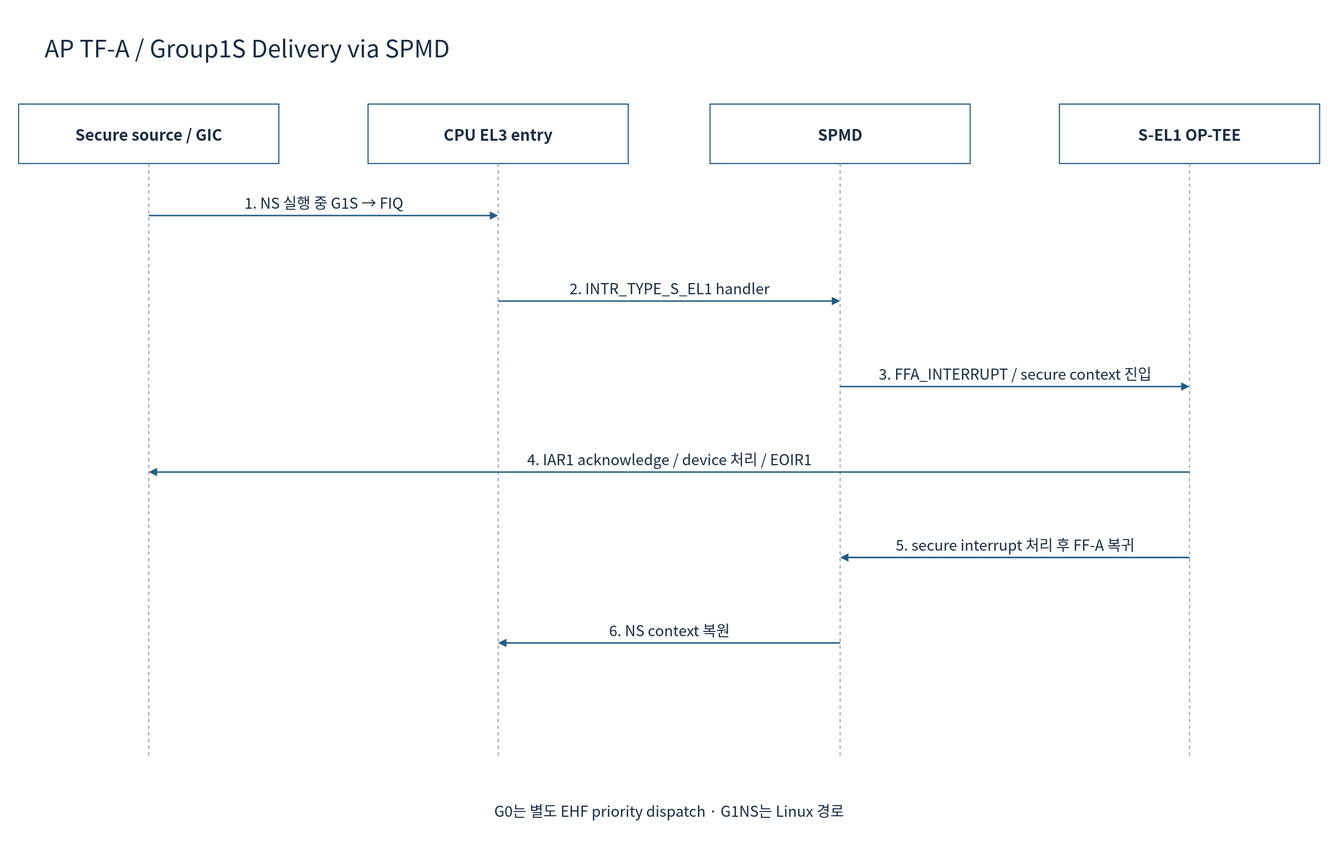
Earlier version of the draw.io export doc/phase1/interrupt/diagrams/09b-tfa-sequence.drawio.svg (cometzero/project-apollo). Source tidied: cells renumbered, new cells last; positions are measured from the earlier drawing's top-left corner, leaving out a move shared by most shapes.
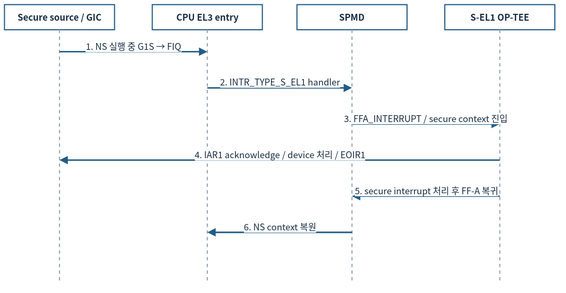
After the change.

Diff of the diagram source:
```diff
@@ -2,92 +2,83 @@
   <root>
     <mxCell id="0" />
     <mxCell id="1" parent="0" />
-    <mxCell id="2" style="rounded=0;whiteSpace=wrap;html=1;fillColor=#FFFFFF;strokeColor=none;strokeWidth=1.5;fontColor=#172C43;fontFamily=Noto Sans CJK KR;fontSize=22;spacing=10;" parent="1" vertex="1">
-      <mxGeometry width="1800" height="1160" as="geometry" />
-    </mxCell>
-    <mxCell id="3" value="AP TF-A / Group1S Delivery via SPMD" style="rounded=0;whiteSpace=wrap;html=1;fillColor=#FFFFFF;strokeColor=none;strokeWidth=1.5;fontColor=#172C43;fontFamily=Noto Sans CJK KR;fontSize=22;spacing=10;fontSize=32;align=left;" parent="1" vertex="1">
-      <mxGeometry x="50" y="30" width="1700" height="65" as="geometry" />
-    </mxCell>
-    <mxCell id="4" value="Secure source / GIC" style="rounded=0;whiteSpace=wrap;html=1;fillColor=#FFFFFF;strokeColor=#235D86;strokeWidth=1.5;fontColor=#172C43;fontFamily=Noto Sans CJK KR;fontSize=22;spacing=10;fontStyle=1;fontSize=21;" parent="1" vertex="1">
-      <mxGeometry x="25" y="140" width="350" height="80" as="geometry" />
+    <mxCell id="4" value="Secure source / GIC" style="rounded=0;whiteSpace=wrap;html=1;fillColor=#FFFFFF;strokeColor=#235D86;strokeWidth=1.5;fontColor=#172C43;fontFamily=Noto Sans CJK KR;fontStyle=1;fontSize=12;spacing=3;whiteSpace=wrap;" parent="1" vertex="1">
+      <mxGeometry x="12" y="12" width="148" height="33.8" as="geometry" />
     </mxCell>
-    <mxCell id="5" style="endArrow=none;dashed=1;strokeColor=#94A3B8;strokeWidth=1.5;" parent="1" edge="1">
+    <mxCell id="5" style="endArrow=none;dashed=1;strokeColor=#94A3B8;strokeWidth=1.5;fontSize=12;spacing=3;whiteSpace=nowrap;" parent="1" edge="1">
       <mxGeometry relative="1" as="geometry">
-        <mxPoint x="200" y="220" as="sourcePoint" />
-        <mxPoint x="200" y="1020" as="targetPoint" />
+        <mxPoint x="86" y="45.8" as="sourcePoint" />
+        <mxPoint x="86" y="384.1" as="targetPoint" />
       </mxGeometry>
     </mxCell>
-    <mxCell id="6" value="CPU EL3 entry" style="rounded=0;whiteSpace=wrap;html=1;fillColor=#FFFFFF;strokeColor=#235D86;strokeWidth=1.5;fontColor=#172C43;fontFamily=Noto Sans CJK KR;fontSize=22;spacing=10;fontStyle=1;fontSize=21;" parent="1" vertex="1">
-      <mxGeometry x="495" y="140" width="350" height="80" as="geometry" />
+    <mxCell id="6" value="CPU EL3 entry" style="rounded=0;whiteSpace=wrap;html=1;fillColor=#FFFFFF;strokeColor=#235D86;strokeWidth=1.5;fontColor=#172C43;fontFamily=Noto Sans CJK KR;fontStyle=1;fontSize=12;spacing=3;whiteSpace=wrap;" parent="1" vertex="1">
+      <mxGeometry x="210.7" y="12" width="148" height="33.8" as="geometry" />
     </mxCell>
-    <mxCell id="7" style="endArrow=none;dashed=1;strokeColor=#94A3B8;strokeWidth=1.5;" parent="1" edge="1">
+    <mxCell id="7" style="endArrow=none;dashed=1;strokeColor=#94A3B8;strokeWidth=1.5;fontSize=12;spacing=3;whiteSpace=nowrap;" parent="1" edge="1">
       <mxGeometry relative="1" as="geometry">
-        <mxPoint x="670" y="220" as="sourcePoint" />
-        <mxPoint x="670" y="1020" as="targetPoint" />
+        <mxPoint x="284.7" y="45.8" as="sourcePoint" />
+        <mxPoint x="284.7" y="384.1" as="targetPoint" />
       </mxGeometry>
     </mxCell>
-    <mxCell id="8" value="SPMD" style="rounded=0;whiteSpace=wrap;html=1;fillColor=#FFFFFF;strokeColor=#235D86;strokeWidth=1.5;fontColor=#172C43;fontFamily=Noto Sans CJK KR;fontSize=22;spacing=10;fontStyle=1;fontSize=21;" parent="1" vertex="1">
-      <mxGeometry x="955" y="140" width="350" height="80" as="geometry" />
+    <mxCell id="8" value="SPMD" style="rounded=0;whiteSpace=wrap;html=1;fillColor=#FFFFFF;strokeColor=#235D86;strokeWidth=1.5;fontColor=#172C43;fontFamily=Noto Sans CJK KR;fontStyle=1;fontSize=12;spacing=3;whiteSpace=wrap;" parent="1" vertex="1">
+      <mxGeometry x="405.3" y="12" width="148" height="33.8" as="geometry" />
     </mxCell>
-    <mxCell id="9" style="endArrow=none;dashed=1;strokeColor=#94A3B8;strokeWidth=1.5;" parent="1" edge="1">
+    <mxCell id="9" style="endArrow=none;dashed=1;strokeColor=#94A3B8;strokeWidth=1.5;fontSize=12;spacing=3;whiteSpace=nowrap;" parent="1" edge="1">
       <mxGeometry relative="1" as="geometry">
-        <mxPoint x="1130" y="220" as="sourcePoint" />
-        <mxPoint x="1130" y="1020" as="targetPoint" />
+        <mxPoint x="479.3" y="45.8" as="sourcePoint" />
+        <mxPoint x="479.3" y="384.1" as="targetPoint" />
       </mxGeometry>
     </mxCell>
-    <mxCell id="10" value="S-EL1 OP-TEE" style="rounded=0;whiteSpace=wrap;html=1;fillColor=#FFFFFF;strokeColor=#235D86;strokeWidth=1.5;fontColor=#172C43;fontFamily=Noto Sans CJK KR;fontSize=22;spacing=10;fontStyle=1;fontSize=21;" parent="1" vertex="1">
-      <mxGeometry x="1425" y="140" width="350" height="80" as="geometry" />
+    <mxCell id="10" value="S-EL1 OP-TEE" style="rounded=0;whiteSpace=wrap;html=1;fillColor=#FFFFFF;strokeColor=#235D86;strokeWidth=1.5;fontColor=#172C43;fontFamily=Noto Sans CJK KR;fontStyle=1;fontSize=12;spacing=3;whiteSpace=wrap;" parent="1" vertex="1">
+      <mxGeometry x="604" y="12" width="148" height="33.8" as="geometry" />
     </mxCell>
-    <mxCell id="11" style="endArrow=none;dashed=1;strokeColor=#94A3B8;strokeWidth=1.5;" parent="1" edge="1">
+    <mxCell id="11" style="endArrow=none;dashed=1;strokeColor=#94A3B8;strokeWidth=1.5;fontSize=12;spacing=3;whiteSpace=nowrap;" parent="1" edge="1">
       <mxGeometry relative="1" as="geometry">
-        <mxPoint x="1600" y="220" as="sourcePoint" />
-        <mxPoint x="1600" y="1020" as="targetPoint" />
+        <mxPoint x="678" y="45.8" as="sourcePoint" />
+        <mxPoint x="678" y="384.1" as="targetPoint" />
       </mxGeometry>
     </mxCell>
-    <mxCell id="12" value="1. NS 실행 중 G1S → FIQ" style="edgeStyle=none;html=1;endArrow=block;endFill=1;strokeColor=#235D86;strokeWidth=2;fontColor=#172C43;fontFamily=Noto Sans CJK KR;fontSize=20;labelBackgroundColor=#FFFFFF;" parent="1" edge="1">
+    <mxCell id="12" value="1. NS 실행 중 G1S → FIQ" style="edgeStyle=none;html=1;endArrow=block;endFill=1;strokeColor=#235D86;strokeWidth=2;fontColor=#172C43;fontFamily=Noto Sans CJK KR;labelBackgroundColor=#FFFFFF;fontSize=12;spacing=3;whiteSpace=nowrap;" parent="1" edge="1">
       <mxGeometry relative="1" as="geometry">
-        <mxPoint x="200" y="290" as="sourcePoint" />
-        <mxPoint x="670" y="290" as="targetPoint" />
-        <mxPoint y="-18" as="offset" />
+        <mxPoint x="86" y="75.4" as="sourcePoint" />
+        <mxPoint x="284.7" y="75.4" as="targetPoint" />
+        <mxPoint y="-7.6" as="offset" />
       </mxGeometry>
     </mxCell>
-    <mxCell id="13" value="2. INTR_TYPE_S_EL1 handler" style="edgeStyle=none;html=1;endArrow=block;endFill=1;strokeColor=#235D86;strokeWidth=2;fontColor=#172C43;fontFamily=Noto Sans CJK KR;fontSize=20;labelBackgroundColor=#FFFFFF;" parent="1" edge="1">
+    <mxCell id="13" value="2. INTR_TYPE_S_EL1 handler" style="edgeStyle=none;html=1;endArrow=block;endFill=1;strokeColor=#235D86;strokeWidth=2;fontColor=#172C43;fontFamily=Noto Sans CJK KR;labelBackgroundColor=#FFFFFF;fontSize=12;spacing=3;whiteSpace=nowrap;" parent="1" edge="1">
       <mxGeometry relative="1" as="geometry">
-        <mxPoint x="670" y="405" as="sourcePoint" />
-        <mxPoint x="1130" y="405" as="targetPoint" />
-        <mxPoint y="-18" as="offset" />
+        <mxPoint x="284.7" y="124.1" as="sourcePoint" />
+        <mxPoint x="479.3" y="124.1" as="targetPoint" />
+        <mxPoint y="-7.6" as="offset" />
       </mxGeometry>
     </mxCell>
-    <mxCell id="14" value="3. FFA_INTERRUPT / secure context 진입" style="edgeStyle=none;html=1;endArrow=block;endFill=1;strokeColor=#235D86;strokeWidth=2;fontColor=#172C43;fontFamily=Noto Sans CJK KR;fontSize=20;labelBackgroundColor=#FFFFFF;" parent="1" edge="1">
+    <mxCell id="14" value="3. FFA_INTERRUPT / secure context 진입" style="edgeStyle=none;html=1;endArrow=block;endFill=1;strokeColor=#235D86;strokeWidth=2;fontColor=#172C43;fontFamily=Noto Sans CJK KR;labelBackgroundColor=#FFFFFF;fontSize=12;spacing=3;whiteSpace=nowrap;" parent="1" edge="1">
       <mxGeometry relative="1" as="geometry">
-        <mxPoint x="1130" y="520" as="sourcePoint" />
-        <mxPoint x="1600" y="520" as="targetPoint" />
-        <mxPoint y="-18" as="offset" />
+        <mxPoint x="479.3" y="172.7" as="sourcePoint" />
+        <mxPoint x="678" y="172.7" as="targetPoint" />
+        <mxPoint y="-7.6" as="offset" />
       </mxGeometry>
     </mxCell>
-    <mxCell id="15" value="4. IAR1 acknowledge / device 처리 / EOIR1" style="edgeStyle=none;html=1;endArrow=block;endFill=1;strokeColor=#235D86;strokeWidth=2;fontColor=#172C43;fontFamily=Noto Sans CJK KR;fontSize=20;labelBackgroundColor=#FFFFFF;" parent="1" edge="1">
+    <mxCell id="15" value="4. IAR1 acknowledge / device 처리 / EOIR1" style="edgeStyle=none;html=1;endArrow=block;endFill=1;strokeColor=#235D86;strokeWidth=2;fontColor=#172C43;fontFamily=Noto Sans CJK KR;labelBackgroundColor=#FFFFFF;fontSize=12;spacing=3;whiteSpace=nowrap;" parent="1" edge="1">
       <mxGeometry relative="1" as="geometry">
-        <mxPoint x="1600" y="635" as="sourcePoint" />
-        <mxPoint x="200" y="635" as="targetPoint" />
-        <mxPoint y="-18" as="offset" />
+        <mxPoint x="678" y="221.3" as="sourcePoint" />
+        <mxPoint x="86" y="221.3" as="targetPoint" />
+        <mxPoint y="-7.6" as="offset" />
       </mxGeometry>
     </mxCell>
-    <mxCell id="16" value="5. secure interrupt 처리 후 FF-A 복귀" style="edgeStyle=none;html=1;endArrow=block;endFill=1;strokeColor=#235D86;strokeWidth=2;fontColor=#172C43;fontFamily=Noto Sans CJK KR;fontSize=20;labelBackgroundColor=#FFFFFF;" parent="1" edge="1">
+    <mxCell id="16" value="5. secure interrupt 처리 후 FF-A 복귀" style="edgeStyle=none;html=1;endArrow=block;endFill=1;strokeColor=#235D86;strokeWidth=2;fontColor=#172C43;fontFamily=Noto Sans CJK KR;labelBackgroundColor=#FFFFFF;fontSize=12;spacing=3;whiteSpace=nowrap;" parent="1" edge="1">
       <mxGeometry relative="1" as="geometry">
-        <mxPoint x="1600" y="750" as="sourcePoint" />
-        <mxPoint x="1130" y="750" as="targetPoint" />
-        <mxPoint y="-18" as="offset" />
+        <mxPoint x="678" y="269.9" as="sourcePoint" />
+        <mxPoint x="479.3" y="269.9" as="targetPoint" />
+        <mxPoint y="-7.6" as="offset" />
       </mxGeometry>
     </mxCell>
-    <mxCell id="17" value="6. NS context 복원" style="edgeStyle=none;html=1;endArrow=block;endFill=1;strokeColor=#235D86;strokeWidth=2;fontColor=#172C43;fontFamily=Noto Sans CJK KR;fontSize=20;labelBackgroundColor=#FFFFFF;" parent="1" edge="1">
+    <mxCell id="17" value="6. NS context 복원" style="edgeStyle=none;html=1;endArrow=block;endFill=1;strokeColor=#235D86;strokeWidth=2;fontColor=#172C43;fontFamily=Noto Sans CJK KR;labelBackgroundColor=#FFFFFF;fontSize=12;spacing=3;whiteSpace=nowrap;" parent="1" edge="1">
       <mxGeometry relative="1" as="geometry">
-        <mxPoint x="1130" y="865" as="sourcePoint" />
-        <mxPoint x="670" y="865" as="targetPoint" />
-        <mxPoint y="-18" as="offset" />
+        <mxPoint x="479.3" y="318.6" as="sourcePoint" />
+        <mxPoint x="284.7" y="318.6" as="targetPoint" />
+        <mxPoint y="-7.6" as="offset" />
       </mxGeometry>
     </mxCell>
-    <mxCell id="18" value="G0는 별도 EHF priority dispatch · G1NS는 Linux 경로" style="rounded=0;whiteSpace=wrap;html=1;fillColor=#FFFFFF;strokeColor=none;strokeWidth=1.5;fontColor=#172C43;fontFamily=Noto Sans CJK KR;fontSize=22;spacing=10;fontSize=20;" parent="1" vertex="1">
-      <mxGeometry x="50" y="1060" width="1700" height="60" as="geometry" />
-    </mxCell>
   </root>
 </mxGraphModel>
```
